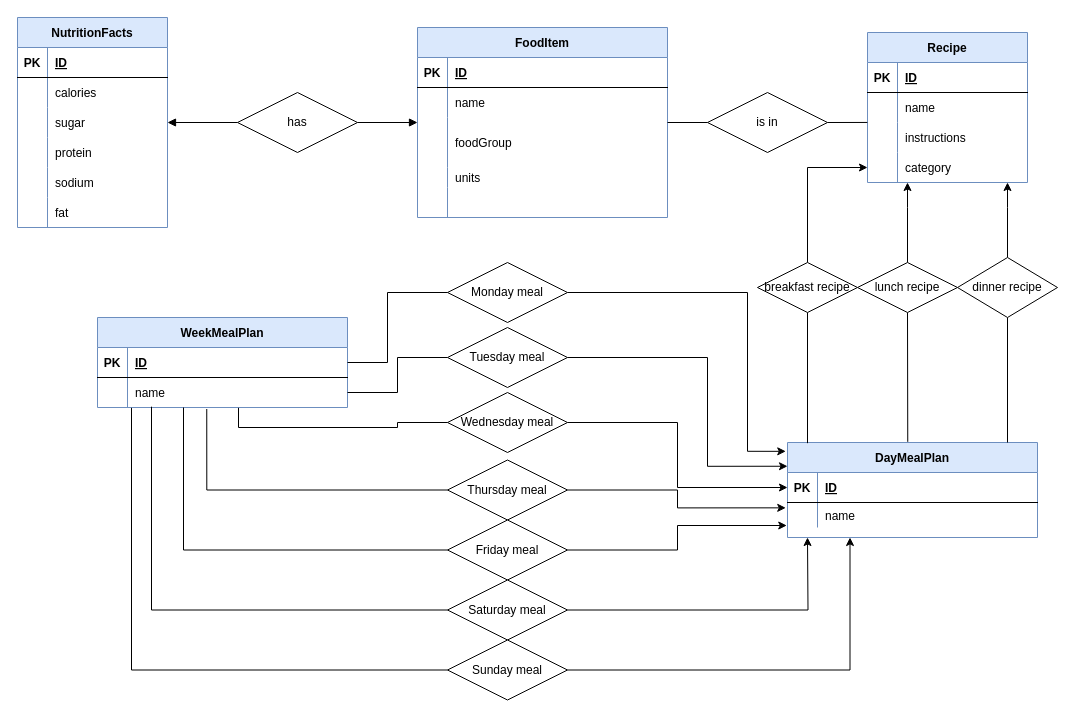
This is ER_Diagram.drawio from KYDronePilot/CSC545TermProject, a draw.io file, before an edit. Source tidied: cells renumbered, new cells numbered last; positions are measured from the earlier drawing's top-left corner, leaving out a move shared by most shapes. Both pictures are drawn from the tidied source at 100%, with x=0, y=0 at pixel (17, 17).
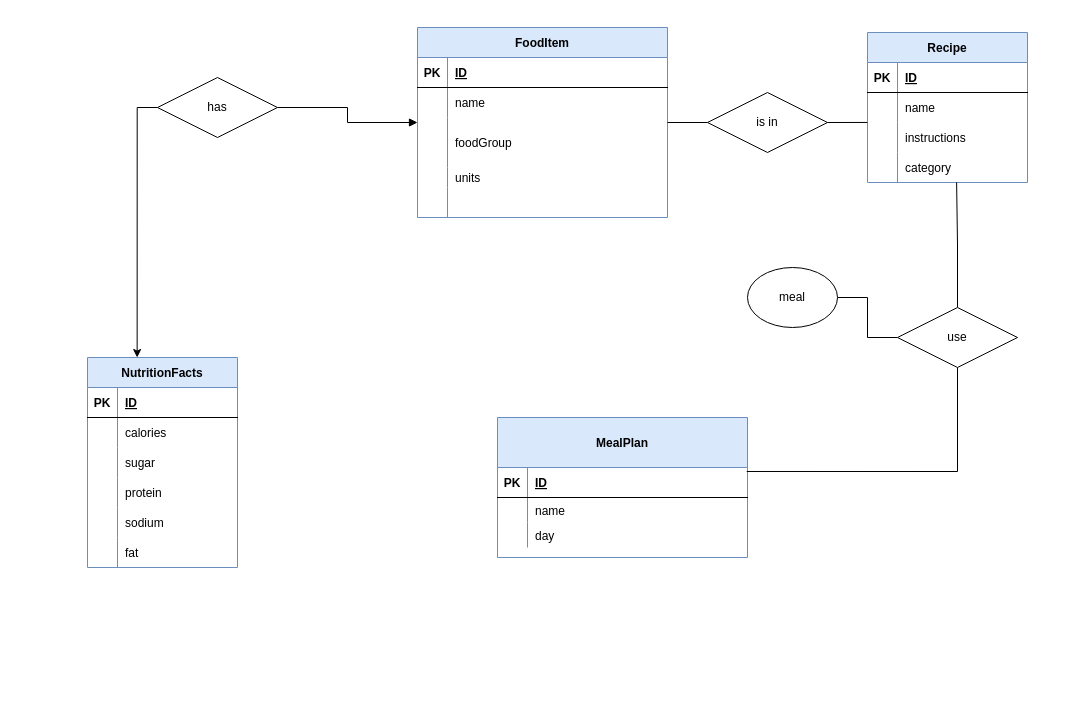
After the change.

Commit message:
updated ER digram for part II

Unchanged cells that the change refers to:
```xml
<mxCell id="25" style="shape=partialRectangle;fillColor=none;points=[[0,0.5],[1,0.5]];portConstraint=eastwest;top=0;left=0;right=0;bottom=0;" parent="18" vertex="1">
  <mxGeometry y="90" width="150" height="30" as="geometry" />
</mxCell>
<mxCell id="37" value="Recipe" style="shape=table;startSize=30;childLayout=tableLayout;rowLines=0;fontStyle=1;align=center;fillColor=#dae8fc;strokeColor=#6c8ebf;" parent="1" vertex="1">
  <mxGeometry x="850" y="15" width="160" height="150" as="geometry" />
</mxCell>
<mxCell id="47" style="shape=partialRectangle;fillColor=none;points=[[0,0.5],[1,0.5]];portConstraint=eastwest;top=0;left=0;right=0;bottom=0;" parent="37" vertex="1">
  <mxGeometry y="120" width="160" height="30" as="geometry" />
</mxCell>
```

What changed in the source:
```diff
@@
     <mxCell id="18" value="NutritionFacts" style="shape=table;startSize=30;childLayout=tableLayout;rowLines=0;fontStyle=1;align=center;fillColor=#dae8fc;strokeColor=#6c8ebf;" parent="1" vertex="1">
-      <mxGeometry width="150" height="210" as="geometry" />
+      <mxGeometry x="70" y="340" width="150" height="210" as="geometry" />
     </mxCell>
@@
-    <mxCell id="50" value="DayMealPlan" style="shape=table;startSize=30;childLayout=tableLayout;rowLines=0;fontStyle=1;align=center;fillColor=#dae8fc;strokeColor=#6c8ebf;" parent="1" vertex="1">
-      <mxGeometry x="770" y="425" width="250" height="95" as="geometry" />
+    <mxCell id="50" value="MealPlan" style="shape=table;startSize=50;childLayout=tableLayout;rowLines=0;fontStyle=1;align=center;fillColor=#dae8fc;strokeColor=#6c8ebf;" parent="1" vertex="1">
+      <mxGeometry x="480" y="400" width="250" height="140" as="geometry" />
     </mxCell>
     <mxCell id="51" style="shape=partialRectangle;fillColor=none;points=[[0,0.5],[1,0.5]];portConstraint=eastwest;top=0;left=0;right=0;bottom=1;" parent="50" vertex="1">
-      <mxGeometry y="30" width="250" height="30" as="geometry" />
+      <mxGeometry y="50" width="250" height="30" as="geometry" />
     </mxCell>
@@
     <mxCell id="54" style="shape=partialRectangle;fillColor=none;points=[[0,0.5],[1,0.5]];portConstraint=eastwest;top=0;left=0;right=0;bottom=0;" parent="50" vertex="1">
-      <mxGeometry y="60" width="250" height="25" as="geometry" />
+      <mxGeometry y="80" width="250" height="25" as="geometry" />
     </mxCell>
@@
-    <mxCell id="57" value="WeekMealPlan" style="shape=table;startSize=30;childLayout=tableLayout;rowLines=0;fontStyle=1;align=center;fillColor=#dae8fc;strokeColor=#6c8ebf;" parent="1" vertex="1">
-      <mxGeometry x="80" y="300" width="250" height="90" as="geometry" />
-    </mxCell>
-    <mxCell id="58" style="shape=partialRectangle;fillColor=none;points=[[0,0.5],[1,0.5]];portConstraint=eastwest;top=0;left=0;right=0;bottom=1;" parent="57" vertex="1">
-      <mxGeometry y="30" width="250" height="30" as="geometry" />
-    </mxCell>
-    <mxCell id="59" value="PK" style="shape=partialRectangle;overflow=hidden;fillColor=none;top=0;left=0;bottom=0;right=0;fontStyle=1;" parent="58" vertex="1">
-      <mxGeometry width="30" height="30" as="geometry" />
-    </mxCell>
-    <mxCell id="60" value="ID" style="shape=partialRectangle;overflow=hidden;fillColor=none;top=0;left=0;bottom=0;right=0;align=left;spacingLeft=6;fontStyle=5;" parent="58" vertex="1">
-      <mxGeometry x="30" width="220" height="30" as="geometry" />
-    </mxCell>
-    <mxCell id="61" style="shape=partialRectangle;fillColor=none;points=[[0,0.5],[1,0.5]];portConstraint=eastwest;top=0;left=0;right=0;bottom=1;strokeColor=none;" parent="57" vertex="1">
-      <mxGeometry y="60" width="250" height="30" as="geometry" />
-    </mxCell>
-    <mxCell id="62" style="shape=partialRectangle;overflow=hidden;fillColor=none;top=0;left=0;bottom=0;right=0;fontStyle=1;" parent="61" vertex="1">
-      <mxGeometry width="30" height="30" as="geometry" />
-    </mxCell>
-    <mxCell id="63" value="name" style="shape=partialRectangle;overflow=hidden;fillColor=none;top=0;left=0;bottom=0;right=0;align=left;spacingLeft=6;fontStyle=0;verticalAlign=middle;strokeColor=none;" parent="61" vertex="1">
-      <mxGeometry x="30" width="220" height="30" as="geometry" />
-    </mxCell>
-    <mxCell id="64" style="edgeStyle=orthogonalEdgeStyle;rounded=0;jettySize=auto;html=1;exitX=0;exitY=0.5;exitDx=0;exitDy=0;entryX=1;entryY=0.5;entryDx=0;entryDy=0;endArrow=block;endFill=1;fontColor=none;" parent="1" edge="1" source="66" target="25">
-      <mxGeometry relative="1" as="geometry" />
-    </mxCell>
+    <mxCell id="100" style="shape=partialRectangle;fillColor=none;top=0;left=0;right=0;bottom=0;" parent="50" vertex="1">
+      <mxGeometry y="105" width="250" height="25" as="geometry" />
+    </mxCell>
+    <mxCell id="101" style="shape=partialRectangle;overflow=hidden;fillColor=none;top=0;left=0;bottom=0;right=0;" parent="100" vertex="1">
+      <mxGeometry width="30" height="25" as="geometry" />
+    </mxCell>
+    <mxCell id="102" value="day" style="shape=partialRectangle;overflow=hidden;fillColor=none;top=0;left=0;bottom=0;right=0;align=left;spacingLeft=6;" parent="100" vertex="1">
+      <mxGeometry x="30" width="220" height="25" as="geometry" />
+    </mxCell>
@@
+    <mxCell id="103" style="edgeStyle=orthogonalEdgeStyle;rounded=0;jettySize=auto;html=1;exitX=0;exitY=0.5;exitDx=0;exitDy=0;entryX=0.331;entryY=0;entryDx=0;entryDy=0;entryPerimeter=0;endArrow=classic;endFill=1;" parent="1" edge="1" source="66" target="18">
+      <mxGeometry relative="1" as="geometry" />
+    </mxCell>
     <mxCell id="66" value="has" style="shape=rhombus;perimeter=rhombusPerimeter;whiteSpace=wrap;html=1;align=center;fontColor=none;" parent="1" vertex="1">
-      <mxGeometry x="220" y="75" width="120" height="60" as="geometry" />
+      <mxGeometry x="140" y="60" width="120" height="60" as="geometry" />
     </mxCell>
@@
-    <mxCell id="70" style="edgeStyle=orthogonalEdgeStyle;rounded=0;jettySize=auto;html=1;exitX=0.5;exitY=0;exitDx=0;exitDy=0;endArrow=classic;endFill=1;fontColor=none;" parent="1" edge="1" source="72" target="37">
-      <mxGeometry relative="1" as="geometry">
-        <Array as="points">
-          <mxPoint x="990" y="190" />
-          <mxPoint x="990" y="190" />
-        </Array>
-      </mxGeometry>
-    </mxCell>
-    <mxCell id="71" style="edgeStyle=none;rounded=0;jettySize=auto;html=1;exitX=0.5;exitY=1;exitDx=0;exitDy=0;endArrow=none;endFill=0;fontColor=none;" parent="1" edge="1" source="72">
-      <mxGeometry relative="1" as="geometry">
-        <mxPoint x="990" y="425" as="targetPoint" />
-      </mxGeometry>
-    </mxCell>
-    <mxCell id="72" value="dinner recipe" style="shape=rhombus;perimeter=rhombusPerimeter;whiteSpace=wrap;html=1;align=center;fontColor=none;" parent="1" vertex="1">
-      <mxGeometry x="940" y="240" width="100" height="60" as="geometry" />
-    </mxCell>
-    <mxCell id="73" style="edgeStyle=orthogonalEdgeStyle;rounded=0;jettySize=auto;html=1;exitX=1;exitY=0.5;exitDx=0;exitDy=0;entryX=0;entryY=0.5;entryDx=0;entryDy=0;endArrow=classic;endFill=1;fontColor=none;" parent="1" edge="1" source="74" target="51">
-      <mxGeometry relative="1" as="geometry" />
-    </mxCell>
-    <mxCell id="74" value="Wednesday meal" style="shape=rhombus;perimeter=rhombusPerimeter;whiteSpace=wrap;html=1;align=center;fontColor=none;" parent="1" vertex="1">
-      <mxGeometry x="430" y="375" width="120" height="60" as="geometry" />
-    </mxCell>
-    <mxCell id="75" style="edgeStyle=orthogonalEdgeStyle;rounded=0;jettySize=auto;html=1;exitX=0.564;exitY=1.012;exitDx=0;exitDy=0;entryX=0;entryY=0.5;entryDx=0;entryDy=0;endArrow=none;endFill=0;fontColor=none;exitPerimeter=0;" parent="1" edge="1" source="61" target="74">
-      <mxGeometry relative="1" as="geometry" />
-    </mxCell>
-    <mxCell id="76" style="edgeStyle=orthogonalEdgeStyle;rounded=0;jettySize=auto;html=1;exitX=0.5;exitY=0;exitDx=0;exitDy=0;endArrow=classic;endFill=1;fontColor=none;" parent="1" edge="1" source="78" target="37">
-      <mxGeometry relative="1" as="geometry">
-        <Array as="points">
-          <mxPoint x="890" y="190" />
-          <mxPoint x="890" y="190" />
-        </Array>
-      </mxGeometry>
-    </mxCell>
-    <mxCell id="77" style="rounded=0;jettySize=auto;html=1;exitX=0.5;exitY=1;exitDx=0;exitDy=0;entryX=0.481;entryY=-0.007;entryDx=0;entryDy=0;endArrow=none;endFill=0;fontColor=none;entryPerimeter=0;" parent="1" edge="1" source="78" target="50">
-      <mxGeometry relative="1" as="geometry" />
-    </mxCell>
-    <mxCell id="78" value="lunch recipe" style="shape=rhombus;perimeter=rhombusPerimeter;whiteSpace=wrap;html=1;align=center;fontColor=none;" parent="1" vertex="1">
-      <mxGeometry x="840" y="245" width="100" height="50" as="geometry" />
-    </mxCell>
-    <mxCell id="79" style="edgeStyle=orthogonalEdgeStyle;rounded=0;jettySize=auto;html=1;exitX=0.5;exitY=0;exitDx=0;exitDy=0;entryX=0;entryY=0.5;entryDx=0;entryDy=0;endArrow=classic;endFill=1;fontColor=none;" parent="1" edge="1" source="81" target="47">
-      <mxGeometry relative="1" as="geometry" />
-    </mxCell>
-    <mxCell id="80" style="rounded=0;jettySize=auto;html=1;exitX=0.5;exitY=1;exitDx=0;exitDy=0;entryX=0.08;entryY=0.007;entryDx=0;entryDy=0;entryPerimeter=0;endArrow=none;endFill=0;fontColor=none;" parent="1" edge="1" source="81" target="50">
-      <mxGeometry relative="1" as="geometry" />
-    </mxCell>
-    <mxCell id="81" value="breakfast recipe" style="shape=rhombus;perimeter=rhombusPerimeter;whiteSpace=wrap;html=1;align=center;fontColor=none;" parent="1" vertex="1">
-      <mxGeometry x="740" y="245" width="100" height="50" as="geometry" />
-    </mxCell>
-    <mxCell id="82" style="edgeStyle=orthogonalEdgeStyle;rounded=0;jettySize=auto;html=1;exitX=1;exitY=0.5;exitDx=0;exitDy=0;entryX=-0.007;entryY=0.093;entryDx=0;entryDy=0;entryPerimeter=0;endArrow=classic;endFill=1;fontColor=none;" parent="1" edge="1" source="83" target="50">
-      <mxGeometry relative="1" as="geometry">
-        <Array as="points">
-          <mxPoint x="730" y="275" />
-          <mxPoint x="730" y="434" />
-        </Array>
-      </mxGeometry>
-    </mxCell>
-    <mxCell id="83" value="Monday meal" style="shape=rhombus;perimeter=rhombusPerimeter;whiteSpace=wrap;html=1;align=center;fontColor=none;" parent="1" vertex="1">
-      <mxGeometry x="430" y="245" width="120" height="60" as="geometry" />
-    </mxCell>
-    <mxCell id="84" style="edgeStyle=orthogonalEdgeStyle;rounded=0;jettySize=auto;html=1;exitX=1;exitY=0.5;exitDx=0;exitDy=0;entryX=0;entryY=0.25;entryDx=0;entryDy=0;endArrow=classic;endFill=1;fontColor=none;" parent="1" edge="1" source="85" target="50">
-      <mxGeometry relative="1" as="geometry">
-        <Array as="points">
-          <mxPoint x="690" y="340" />
-          <mxPoint x="690" y="449" />
-        </Array>
-      </mxGeometry>
-    </mxCell>
-    <mxCell id="85" value="Tuesday meal" style="shape=rhombus;perimeter=rhombusPerimeter;whiteSpace=wrap;html=1;align=center;fontColor=none;" parent="1" vertex="1">
-      <mxGeometry x="430" y="310" width="120" height="60" as="geometry" />
-    </mxCell>
-    <mxCell id="86" style="edgeStyle=orthogonalEdgeStyle;rounded=0;jettySize=auto;html=1;exitX=1;exitY=0.5;exitDx=0;exitDy=0;entryX=-0.007;entryY=0.214;entryDx=0;entryDy=0;entryPerimeter=0;endArrow=classic;endFill=1;fontColor=none;" parent="1" edge="1" source="87" target="54">
-      <mxGeometry relative="1" as="geometry" />
-    </mxCell>
-    <mxCell id="87" value="Thursday meal" style="shape=rhombus;perimeter=rhombusPerimeter;whiteSpace=wrap;html=1;align=center;fontColor=none;" parent="1" vertex="1">
-      <mxGeometry x="430" y="442.5" width="120" height="60" as="geometry" />
-    </mxCell>
-    <mxCell id="88" style="edgeStyle=orthogonalEdgeStyle;rounded=0;jettySize=auto;html=1;exitX=1;exitY=0.5;exitDx=0;exitDy=0;entryX=-0.003;entryY=0.92;entryDx=0;entryDy=0;entryPerimeter=0;endArrow=classic;endFill=1;fontColor=none;" parent="1" edge="1" source="89" target="54">
-      <mxGeometry relative="1" as="geometry" />
-    </mxCell>
-    <mxCell id="89" value="Friday meal" style="shape=rhombus;perimeter=rhombusPerimeter;whiteSpace=wrap;html=1;align=center;fontColor=none;" parent="1" vertex="1">
-      <mxGeometry x="430" y="502.5" width="120" height="60" as="geometry" />
-    </mxCell>
-    <mxCell id="90" style="edgeStyle=orthogonalEdgeStyle;rounded=0;jettySize=auto;html=1;exitX=1;exitY=0.5;exitDx=0;exitDy=0;endArrow=classic;endFill=1;fontColor=none;" parent="1" edge="1" source="91">
-      <mxGeometry relative="1" as="geometry">
-        <mxPoint x="790" y="520" as="targetPoint" />
-      </mxGeometry>
-    </mxCell>
-    <mxCell id="91" value="Saturday meal" style="shape=rhombus;perimeter=rhombusPerimeter;whiteSpace=wrap;html=1;align=center;fontColor=none;" parent="1" vertex="1">
-      <mxGeometry x="430" y="562.5" width="120" height="60" as="geometry" />
-    </mxCell>
-    <mxCell id="92" style="edgeStyle=orthogonalEdgeStyle;rounded=0;jettySize=auto;html=1;exitX=1;exitY=0.5;exitDx=0;exitDy=0;entryX=0.25;entryY=1;entryDx=0;entryDy=0;endArrow=classic;endFill=1;fontColor=none;" parent="1" edge="1" source="93" target="50">
-      <mxGeometry relative="1" as="geometry" />
-    </mxCell>
-    <mxCell id="93" value="Sunday meal" style="shape=rhombus;perimeter=rhombusPerimeter;whiteSpace=wrap;html=1;align=center;fontColor=none;" parent="1" vertex="1">
-      <mxGeometry x="430" y="622.5" width="120" height="60" as="geometry" />
-    </mxCell>
-    <mxCell id="94" style="edgeStyle=orthogonalEdgeStyle;rounded=0;jettySize=auto;html=1;exitX=1;exitY=0.5;exitDx=0;exitDy=0;entryX=0;entryY=0.5;entryDx=0;entryDy=0;endArrow=none;endFill=0;fontColor=none;" parent="1" edge="1" source="58" target="83">
-      <mxGeometry relative="1" as="geometry">
-        <Array as="points">
-          <mxPoint x="370" y="345" />
-          <mxPoint x="370" y="275" />
-        </Array>
-      </mxGeometry>
-    </mxCell>
-    <mxCell id="95" style="edgeStyle=orthogonalEdgeStyle;rounded=0;jettySize=auto;html=1;exitX=1;exitY=0.5;exitDx=0;exitDy=0;entryX=0;entryY=0.5;entryDx=0;entryDy=0;endArrow=none;endFill=0;fontColor=none;" parent="1" edge="1" source="61" target="85">
-      <mxGeometry relative="1" as="geometry" />
-    </mxCell>
-    <mxCell id="96" style="edgeStyle=orthogonalEdgeStyle;rounded=0;jettySize=auto;html=1;entryX=0;entryY=0.5;entryDx=0;entryDy=0;endArrow=none;endFill=0;fontColor=none;exitX=0.437;exitY=1.051;exitDx=0;exitDy=0;exitPerimeter=0;" parent="1" edge="1" source="61" target="87">
-      <mxGeometry relative="1" as="geometry">
-        <Array as="points">
-          <mxPoint x="189" y="472" />
-        </Array>
-      </mxGeometry>
-    </mxCell>
-    <mxCell id="97" style="edgeStyle=orthogonalEdgeStyle;rounded=0;jettySize=auto;html=1;entryX=0;entryY=0.5;entryDx=0;entryDy=0;endArrow=none;endFill=0;fontColor=none;" parent="1" edge="1" source="61" target="89">
-      <mxGeometry relative="1" as="geometry">
-        <Array as="points">
-          <mxPoint x="166" y="532" />
-        </Array>
-      </mxGeometry>
-    </mxCell>
-    <mxCell id="98" style="edgeStyle=orthogonalEdgeStyle;rounded=0;jettySize=auto;html=1;exitX=0.216;exitY=0.973;exitDx=0;exitDy=0;entryX=0;entryY=0.5;entryDx=0;entryDy=0;endArrow=none;endFill=0;fontColor=none;exitPerimeter=0;" parent="1" edge="1" source="61" target="91">
-      <mxGeometry relative="1" as="geometry" />
-    </mxCell>
-    <mxCell id="99" style="edgeStyle=orthogonalEdgeStyle;rounded=0;jettySize=auto;html=1;exitX=0.136;exitY=1.012;exitDx=0;exitDy=0;entryX=0;entryY=0.5;entryDx=0;entryDy=0;endArrow=none;endFill=0;fontColor=none;exitPerimeter=0;" parent="1" edge="1" source="61" target="93">
-      <mxGeometry relative="1" as="geometry" />
-    </mxCell>
+    <mxCell id="104" style="edgeStyle=orthogonalEdgeStyle;rounded=0;jettySize=auto;html=1;exitX=0.5;exitY=1;exitDx=0;exitDy=0;entryX=0.997;entryY=0.133;entryDx=0;entryDy=0;entryPerimeter=0;endArrow=none;endFill=0;" parent="1" edge="1" source="107" target="51">
+      <mxGeometry relative="1" as="geometry" />
+    </mxCell>
+    <mxCell id="105" style="edgeStyle=orthogonalEdgeStyle;rounded=0;jettySize=auto;html=1;exitX=0.5;exitY=0;exitDx=0;exitDy=0;entryX=0.557;entryY=0.995;entryDx=0;entryDy=0;entryPerimeter=0;endArrow=none;endFill=0;" parent="1" edge="1" source="107" target="47">
+      <mxGeometry relative="1" as="geometry" />
+    </mxCell>
+    <mxCell id="106" style="edgeStyle=orthogonalEdgeStyle;rounded=0;jettySize=auto;html=1;exitX=0;exitY=0.5;exitDx=0;exitDy=0;entryX=1;entryY=0.5;entryDx=0;entryDy=0;endArrow=none;endFill=0;" parent="1" edge="1" source="107" target="108">
+      <mxGeometry relative="1" as="geometry" />
+    </mxCell>
+    <mxCell id="107" value="use" style="shape=rhombus;perimeter=rhombusPerimeter;whiteSpace=wrap;html=1;align=center;fontColor=none;" parent="1" vertex="1">
+      <mxGeometry x="880" y="290" width="120" height="60" as="geometry" />
+    </mxCell>
+    <mxCell id="108" value="meal" style="ellipse;whiteSpace=wrap;html=1;" parent="1" vertex="1">
+      <mxGeometry x="730" y="250" width="90" height="60" as="geometry" />
+    </mxCell>
```
